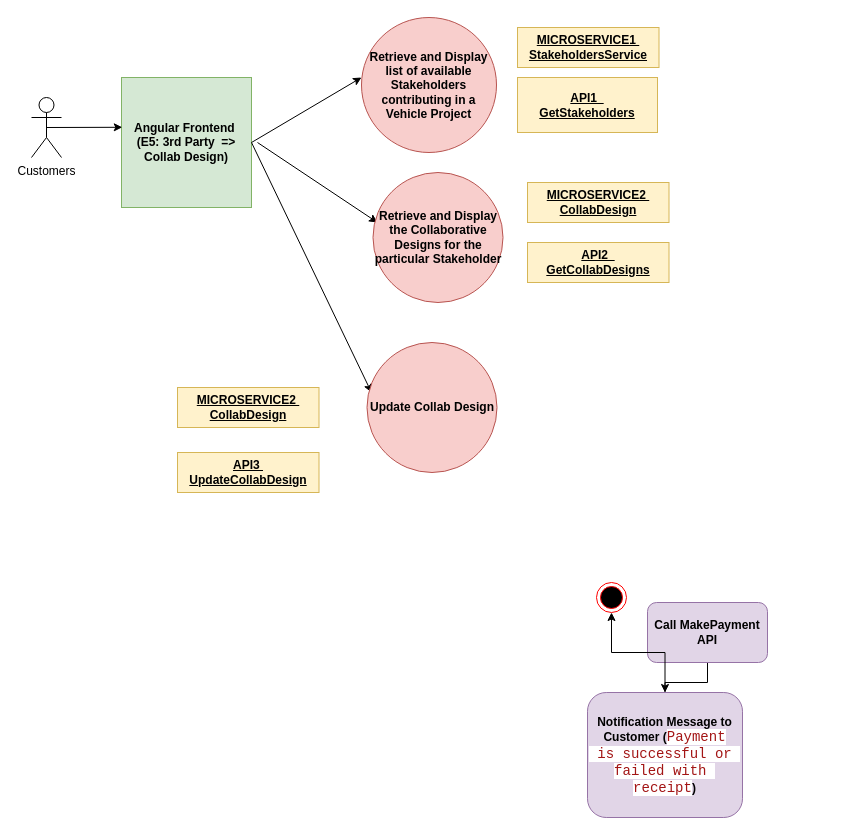
Earlier version of the draw.io diagram thirdparty.drawio (atheeswaran/Dissertation_VehicleAPIPlatform). Source tidied: cells renumbered, new cells numbered last; positions are measured from the earlier drawing's top-left corner, leaving out a move shared by most shapes. Both pictures are drawn from the tidied source at 100%, with x=0, y=0 at pixel (31, 17).
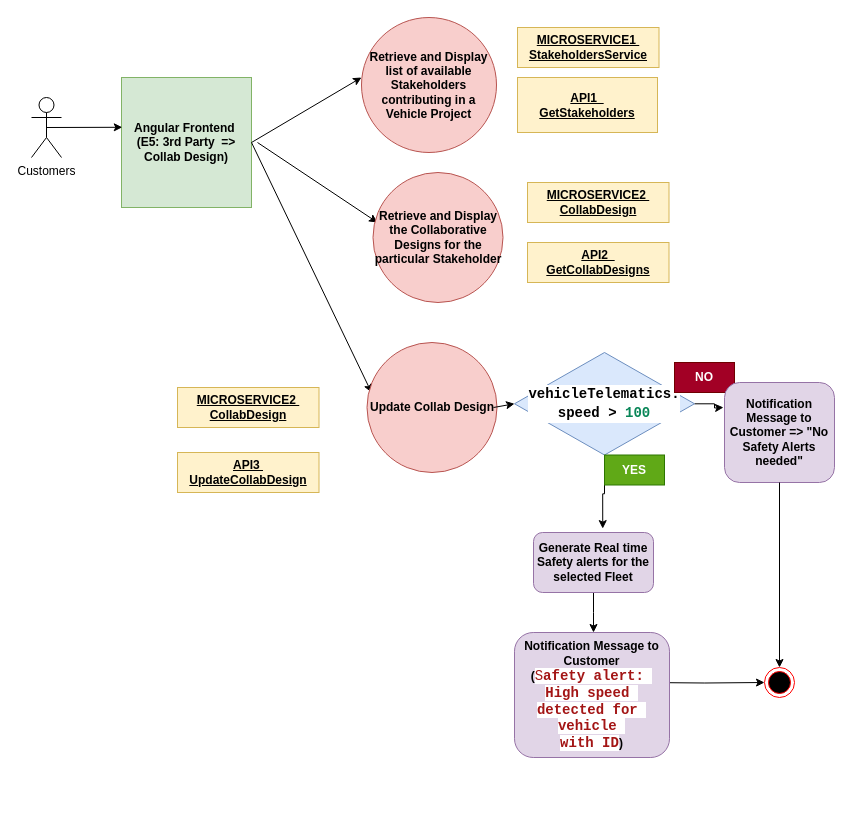
After the change.

Diff of the diagram source:
```diff
@@
-    <mxCell id="13" style="edgeStyle=orthogonalEdgeStyle;rounded=0;jettySize=auto;html=1;" parent="1" edge="1" source="14" target="17">
-      <mxGeometry relative="1" as="geometry" />
-    </mxCell>
-    <mxCell id="14" value="&lt;b&gt;Call MakePayment API&lt;/b&gt;" style="rounded=1;whiteSpace=wrap;html=1;fillColor=#e1d5e7;strokeColor=#9673a6;" parent="1" vertex="1">
-      <mxGeometry x="616" y="585" width="120" height="60" as="geometry" />
-    </mxCell>
-    <mxCell id="15" style="ellipse;html=1;shape=endState;fillColor=#000000;strokeColor=#ff0000;" parent="1" vertex="1">
-      <mxGeometry x="565" y="565" width="30" height="30" as="geometry" />
-    </mxCell>
-    <mxCell id="16" style="edgeStyle=orthogonalEdgeStyle;rounded=0;jettySize=auto;html=1;" parent="1" edge="1" source="17" target="15">
-      <mxGeometry relative="1" as="geometry" />
-    </mxCell>
-    <mxCell id="17" value="&lt;span style=&quot;font-weight: 700;&quot;&gt;Notification Message to Customer (&lt;/span&gt;&lt;font face=&quot;Consolas, Courier New, monospace&quot; color=&quot;#a31515&quot;&gt;&lt;span style=&quot;font-size: 14px; white-space: pre; background-color: rgb(255, 255, 255);&quot;&gt;Payment&lt;/span&gt;&lt;/font&gt;&lt;div&gt;&lt;span style=&quot;background-color: rgb(255, 255, 255); font-size: 14px; white-space: pre; color: rgb(163, 21, 21); font-family: Consolas, &amp;quot;Courier New&amp;quot;, monospace;&quot;&gt; is &lt;/span&gt;&lt;span style=&quot;background-color: rgb(255, 255, 255); font-size: 14px; white-space: pre; color: rgb(163, 21, 21); font-family: Consolas, &amp;quot;Courier New&amp;quot;, monospace;&quot;&gt;successful or &lt;/span&gt;&lt;div&gt;&lt;div&gt;&lt;font face=&quot;Consolas, Courier New, monospace&quot; color=&quot;#a31515&quot;&gt;&lt;span style=&quot;font-size: 14px; white-space: pre; background-color: rgb(255, 255, 255);&quot;&gt;failed with &lt;/span&gt;&lt;/font&gt;&lt;/div&gt;&lt;div&gt;&lt;font face=&quot;Consolas, Courier New, monospace&quot; color=&quot;#a31515&quot;&gt;&lt;span style=&quot;font-size: 14px; white-space: pre; background-color: rgb(255, 255, 255);&quot;&gt;receipt&lt;/span&gt;&lt;/font&gt;&lt;span style=&quot;background-color: initial; font-weight: 700;&quot;&gt;)&lt;/span&gt;&lt;/div&gt;&lt;/div&gt;&lt;/div&gt;" style="rounded=1;whiteSpace=wrap;html=1;fillColor=#e1d5e7;strokeColor=#9673a6;" parent="1" vertex="1">
-      <mxGeometry x="556" y="675" width="155" height="125" as="geometry" />
-    </mxCell>
@@
+    <mxCell id="22" style="endArrow=classic;html=1;rounded=0;exitX=1;exitY=0.5;exitDx=0;exitDy=0;entryX=0;entryY=0.5;entryDx=0;entryDy=0;" parent="1" edge="1" target="25">
+      <mxGeometry relative="1" as="geometry">
+        <mxPoint x="462" y="390" as="sourcePoint" />
+      </mxGeometry>
+    </mxCell>
+    <mxCell id="23" style="edgeStyle=orthogonalEdgeStyle;rounded=0;jettySize=auto;html=1;entryX=0.577;entryY=-0.065;entryDx=0;entryDy=0;entryPerimeter=0;" parent="1" edge="1" source="25" target="27">
+      <mxGeometry relative="1" as="geometry" />
+    </mxCell>
+    <mxCell id="24" style="edgeStyle=orthogonalEdgeStyle;rounded=0;jettySize=auto;html=1;" parent="1" edge="1" source="25">
+      <mxGeometry relative="1" as="geometry">
+        <mxPoint x="692" y="390" as="targetPoint" />
+      </mxGeometry>
+    </mxCell>
+    <mxCell id="25" value="&lt;div style=&quot;background-color: rgb(255, 255, 255); font-family: Consolas, &amp;quot;Courier New&amp;quot;, monospace; font-size: 14px; line-height: 19px; white-space: pre;&quot;&gt;&lt;div style=&quot;line-height: 19px;&quot;&gt;&lt;b&gt;vehicleTelematics.&lt;/b&gt;&lt;/div&gt;&lt;div style=&quot;line-height: 19px;&quot;&gt;&lt;b&gt;speed &amp;gt; &lt;span style=&quot;color: #098658;&quot;&gt;100&lt;/span&gt;&lt;/b&gt;&lt;/div&gt;&lt;/div&gt;" style="rhombus;whiteSpace=wrap;html=1;fillColor=#dae8fc;strokeColor=#6c8ebf;" parent="1" vertex="1">
+      <mxGeometry x="483" y="335" width="180" height="102.5" as="geometry" />
+    </mxCell>
+    <mxCell id="26" style="edgeStyle=orthogonalEdgeStyle;rounded=0;jettySize=auto;html=1;" parent="1" edge="1" source="27">
+      <mxGeometry relative="1" as="geometry">
+        <mxPoint x="562" y="615" as="targetPoint" />
+      </mxGeometry>
+    </mxCell>
+    <mxCell id="27" value="&lt;b&gt;Generate Real time Safety alerts for the selected Fleet&lt;/b&gt;" style="rounded=1;whiteSpace=wrap;html=1;fillColor=#e1d5e7;strokeColor=#9673a6;" parent="1" vertex="1">
+      <mxGeometry x="502" y="515" width="120" height="60" as="geometry" />
+    </mxCell>
+    <mxCell id="28" value="&lt;b&gt;YES&lt;/b&gt;" style="text;html=1;strokeColor=#2D7600;fillColor=#60a917;align=center;verticalAlign=middle;whiteSpace=wrap;rounded=0;fontColor=#ffffff;" parent="1" vertex="1">
+      <mxGeometry x="573" y="437.5" width="60" height="30" as="geometry" />
+    </mxCell>
+    <mxCell id="29" value="&lt;b&gt;NO&lt;/b&gt;" style="text;html=1;strokeColor=#6F0000;fillColor=#a20025;align=center;verticalAlign=middle;whiteSpace=wrap;rounded=0;fontColor=#ffffff;" parent="1" vertex="1">
+      <mxGeometry x="643" y="345" width="60" height="30" as="geometry" />
+    </mxCell>
+    <mxCell id="30" value="&lt;b&gt;Notification Message to Customer =&amp;gt; &quot;No Safety Alerts needed&quot;&lt;/b&gt;" style="rounded=1;whiteSpace=wrap;html=1;fillColor=#e1d5e7;strokeColor=#9673a6;" parent="1" vertex="1">
+      <mxGeometry x="693" y="365" width="110" height="100" as="geometry" />
+    </mxCell>
+    <mxCell id="31" style="edgeStyle=orthogonalEdgeStyle;rounded=0;jettySize=auto;html=1;entryX=0.5;entryY=0;entryDx=0;entryDy=0;exitX=0.5;exitY=1;exitDx=0;exitDy=0;" parent="1" edge="1" source="30" target="32">
+      <mxGeometry relative="1" as="geometry" />
+    </mxCell>
+    <mxCell id="32" style="ellipse;html=1;shape=endState;fillColor=#000000;strokeColor=#ff0000;" parent="1" vertex="1">
+      <mxGeometry x="733" y="650" width="30" height="30" as="geometry" />
+    </mxCell>
+    <mxCell id="33" style="edgeStyle=orthogonalEdgeStyle;rounded=0;jettySize=auto;html=1;exitX=1;exitY=0.5;exitDx=0;exitDy=0;entryX=0;entryY=0.5;entryDx=0;entryDy=0;" parent="1" edge="1" target="32">
+      <mxGeometry relative="1" as="geometry">
+        <mxPoint x="612.5" y="665" as="sourcePoint" />
+      </mxGeometry>
+    </mxCell>
+    <mxCell id="34" value="&lt;span style=&quot;font-weight: 700;&quot;&gt;Notification Message to Customer (&lt;/span&gt;&lt;span style=&quot;color: rgb(163, 21, 21); background-color: rgb(255, 255, 255); font-family: Consolas, &amp;quot;Courier New&amp;quot;, monospace; font-size: 14px; white-space: pre;&quot;&gt;S&lt;b&gt;afety alert: &lt;/b&gt;&lt;/span&gt;&lt;div&gt;&lt;span style=&quot;color: rgb(163, 21, 21); background-color: rgb(255, 255, 255); font-family: Consolas, &amp;quot;Courier New&amp;quot;, monospace; font-size: 14px; white-space: pre;&quot;&gt;&lt;b&gt;High speed &lt;/b&gt;&lt;/span&gt;&lt;div&gt;&lt;span style=&quot;color: rgb(163, 21, 21); background-color: rgb(255, 255, 255); font-family: Consolas, &amp;quot;Courier New&amp;quot;, monospace; font-size: 14px; white-space: pre;&quot;&gt;&lt;b&gt;detected for &lt;/b&gt;&lt;/span&gt;&lt;/div&gt;&lt;div&gt;&lt;span style=&quot;color: rgb(163, 21, 21); background-color: rgb(255, 255, 255); font-family: Consolas, &amp;quot;Courier New&amp;quot;, monospace; font-size: 14px; white-space: pre;&quot;&gt;&lt;b&gt;vehicle &lt;/b&gt;&lt;/span&gt;&lt;/div&gt;&lt;div&gt;&lt;span style=&quot;color: rgb(163, 21, 21); background-color: rgb(255, 255, 255); font-family: Consolas, &amp;quot;Courier New&amp;quot;, monospace; font-size: 14px; white-space: pre;&quot;&gt;&lt;b&gt;with ID&lt;/b&gt;&lt;/span&gt;&lt;span style=&quot;font-weight: 700; background-color: initial;&quot;&gt;)&lt;/span&gt;&lt;/div&gt;&lt;/div&gt;" style="rounded=1;whiteSpace=wrap;html=1;fillColor=#e1d5e7;strokeColor=#9673a6;" parent="1" vertex="1">
+      <mxGeometry x="483" y="615" width="155" height="125" as="geometry" />
+    </mxCell>
```
